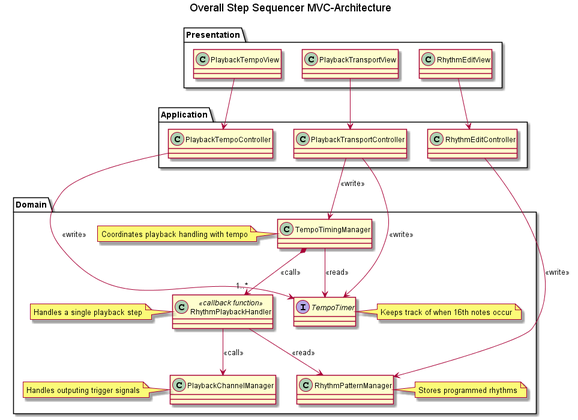
This is doc/plantuml/img/class_diagrams/overall_architecture_20191109.png from Warwolt/tr2k_drum_machine, a PlantUML export, as it was before one commit. Its diagram source:
```plantuml
@startuml

title Overall Step Sequencer MVC-Architecture

package Presentation
{
    class PlaybackTempoView
    class PlaybackTransportView
    class RhythmEditView
}

package Application
{
    class PlaybackTempoController
    class PlaybackTransportController
    class RhythmEditController
}

package Domain
{
    class PlaybackChannelManager
    note left of PlaybackChannelManager : Handles outputing trigger signals

    class RhythmPatternManager
    note right of RhythmPatternManager : Stores programmed rhythms

    class RhythmPlaybackHandler <<callback function>>
    note left of RhythmPlaybackHandler : Handles a single playback step

    interface TempoTimer
    note right of TempoTimer : Keeps track of when 16th notes occur

    class TempoTimingManager
    note left of TempoTimingManager : Coordinates playback handling with tempo
}

PlaybackTempoView -down-> PlaybackTempoController
PlaybackTransportView -down-> PlaybackTransportController
RhythmEditView -down-> RhythmEditController

PlaybackTempoController -down-> TempoTimer : << write >>
PlaybackTransportController -down-> TempoTimer : << write >>
PlaybackTransportController -down-> TempoTimingManager : << write >>
RhythmEditController -down-> RhythmPatternManager : << write >>

TempoTimingManager *-down->"1..*" RhythmPlaybackHandler : << call >>
TempoTimingManager -down-> TempoTimer : << read >>
RhythmPlaybackHandler -down-> PlaybackChannelManager : << call >>
RhythmPlaybackHandler -down-> RhythmPatternManager : << read >>

@enduml
```
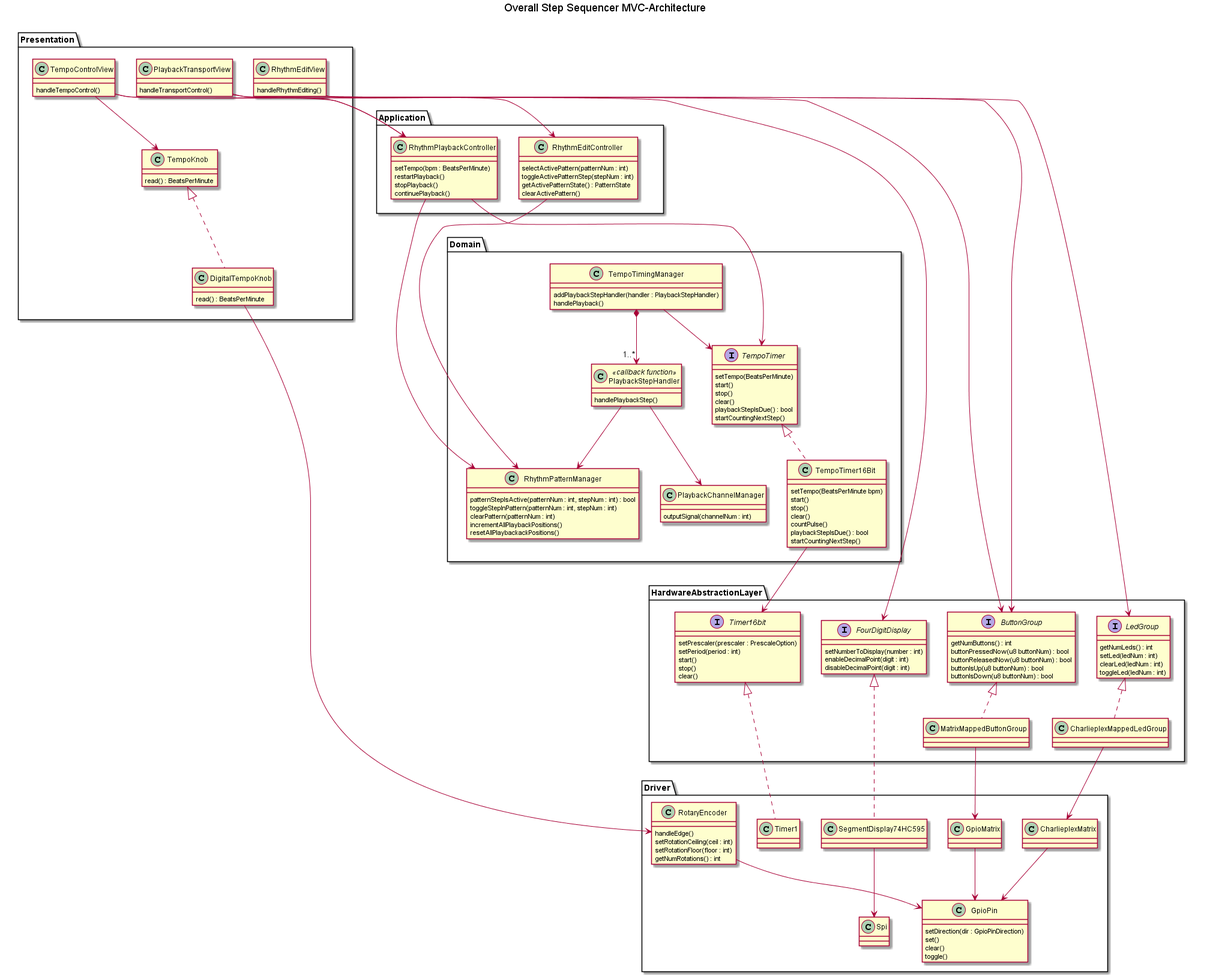
The same diagram one commit later.

Commit message:
Update architecture diagram

The edit, as a diff of the source:
```diff
@@ -1,51 +1,205 @@
 @startuml
+
 
 title Overall Step Sequencer MVC-Architecture
 
 package Presentation
 {
-    class PlaybackTempoView
+    class TempoControlView
+    {
+        handleTempoControl()
+    }
+
     class PlaybackTransportView
+    {
+        handleTransportControl()
+    }
+
     class RhythmEditView
+    {
+        handleRhythmEditing()
+    }
+
+    class TempoKnob
+    {
+        read() : BeatsPerMinute
+    }
+
+    class DigitalTempoKnob
+    {
+        read() : BeatsPerMinute
+    }
 }
 
 package Application
 {
-    class PlaybackTempoController
-    class PlaybackTransportController
+    class RhythmPlaybackController
+    {
+        setTempo(bpm : BeatsPerMinute)
+	    restartPlayback()
+	    stopPlayback()
+	    continuePlayback()
+    }
+
     class RhythmEditController
+    {
+        selectActivePattern(patternNum : int)
+        toggleActivePatternStep(stepNum : int)
+        getActivePatternState() : PatternState
+        clearActivePattern()
+    }
 }
 
 package Domain
 {
     class PlaybackChannelManager
-    note left of PlaybackChannelManager : Handles outputing trigger signals
+    {
+        outputSignal(channelNum : int)
+    }
 
     class RhythmPatternManager
-    note right of RhythmPatternManager : Stores programmed rhythms
+    {
+        patternStepIsActive(patternNum : int, stepNum : int) : bool
+        toggleStepInPattern(patternNum : int, stepNum : int)
+        clearPattern(patternNum : int)
+        incrementAllPlaybackPositions()
+        resetAllPlaybackackPositions()
+    }
 
-    class RhythmPlaybackHandler <<callback function>>
-    note left of RhythmPlaybackHandler : Handles a single playback step
+    class PlaybackStepHandler <<callback function>>
+    {
+        handlePlaybackStep()
+    }
 
     interface TempoTimer
-    note right of TempoTimer : Keeps track of when 16th notes occur
+    {
+        setTempo(BeatsPerMinute)
+        start()
+        stop()
+        clear()
+        playbackStepIsDue() : bool
+        startCountingNextStep()
+    }
+
+    class TempoTimer16Bit
+    {
+        setTempo(BeatsPerMinute bpm)
+        start()
+        stop()
+        clear()
+        countPulse()
+        playbackStepIsDue() : bool
+        startCountingNextStep()
+    }
 
     class TempoTimingManager
-    note left of TempoTimingManager : Coordinates playback handling with tempo
+    {
+        addPlaybackStepHandler(handler : PlaybackStepHandler)
+        handlePlayback()
+    }
 }
 
-PlaybackTempoView -down-> PlaybackTempoController
-PlaybackTransportView -down-> PlaybackTransportController
+package HardwareAbstractionLayer
+{
+    interface ButtonGroup
+    {
+        getNumButtons() : int
+        buttonPressedNow(u8 buttonNum) : bool
+        buttonReleasedNow(u8 buttonNum) : bool
+        buttonIsUp(u8 buttonNum) : bool
+        buttonIsDown(u8 buttonNum) : bool
+    }
+
+    interface LedGroup
+    {
+        getNumLeds() : int
+        setLed(ledNum : int)
+        clearLed(ledNum : int)
+        toggleLed(ledNum : int)
+    }
+
+    interface FourDigitDisplay
+    {
+	    setNumberToDisplay(number : int)
+	    enableDecimalPoint(digit : int)
+	    disableDecimalPoint(digit : int)
+    }
+
+    class CharlieplexMappedLedGroup
+    class MatrixMappedButtonGroup
+
+    interface Timer16bit
+    {
+        setPrescaler(prescaler : PrescaleOption)
+        setPeriod(period : int)
+        start()
+        stop()
+        clear()
+    }
+}
+
+Package Driver
+{
+    class CharlieplexMatrix
+    class GpioMatrix
+
+    class GpioPin
+    {
+        setDirection(dir : GpioPinDirection)
+        set()
+        clear()
+        toggle()
+    }
+
+    class RotaryEncoder
+    {
+	    handleEdge()
+	    setRotationCeiling(ceil : int)
+	    setRotationFloor(floor : int)
+	    getNumRotations() : int
+    }
+
+    class SegmentDisplay74HC595
+    class Spi
+    class Timer1
+}
+
+Presentation -[hidden]down-> Application
+Presentation -[hidden]down-> HardwareAbstractionLayer
+Application -[hidden]down-> Domain
+
+TempoControlView -down-> RhythmPlaybackController
+TempoControlView -down-> FourDigitDisplay
+TempoControlView -down-> TempoKnob
+TempoKnob <|.down. DigitalTempoKnob
+DigitalTempoKnob -down-> RotaryEncoder
+PlaybackTransportView -down-> RhythmPlaybackController
+PlaybackTransportView -down-> ButtonGroup
 RhythmEditView -down-> RhythmEditController
+RhythmEditView -down-> ButtonGroup
+RhythmEditView -down-> LedGroup
 
-PlaybackTempoController -down-> TempoTimer : << write >>
-PlaybackTransportController -down-> TempoTimer : << write >>
-PlaybackTransportController -down-> TempoTimingManager : << write >>
-RhythmEditController -down-> RhythmPatternManager : << write >>
+RhythmPlaybackController -down-> TempoTimer
+RhythmPlaybackController -down-> RhythmPatternManager
+RhythmEditController -down-> RhythmPatternManager
 
-TempoTimingManager *-down->"1..*" RhythmPlaybackHandler : << call >>
-TempoTimingManager -down-> TempoTimer : << read >>
-RhythmPlaybackHandler -down-> PlaybackChannelManager : << call >>
-RhythmPlaybackHandler -down-> RhythmPatternManager : << read >>
+TempoTimingManager *-down->"1..*" PlaybackStepHandler
+TempoTimingManager -down-> TempoTimer
+PlaybackStepHandler -down-> PlaybackChannelManager
+PlaybackStepHandler -down-> RhythmPatternManager
+
+LedGroup <|.down. CharlieplexMappedLedGroup
+ButtonGroup <|.down. MatrixMappedButtonGroup
+CharlieplexMappedLedGroup -down-> CharlieplexMatrix
+MatrixMappedButtonGroup -down-> GpioMatrix
+FourDigitDisplay <|.down. SegmentDisplay74HC595
+SegmentDisplay74HC595 -down-> Spi
+TempoTimer <|.down. TempoTimer16Bit
+TempoTimer16Bit -down-> Timer16bit
+
+CharlieplexMatrix -down-> GpioPin
+GpioMatrix -down-> GpioPin
+RotaryEncoder -down-> GpioPin
+Timer16bit <|.down. Timer1
 
 @enduml
```
